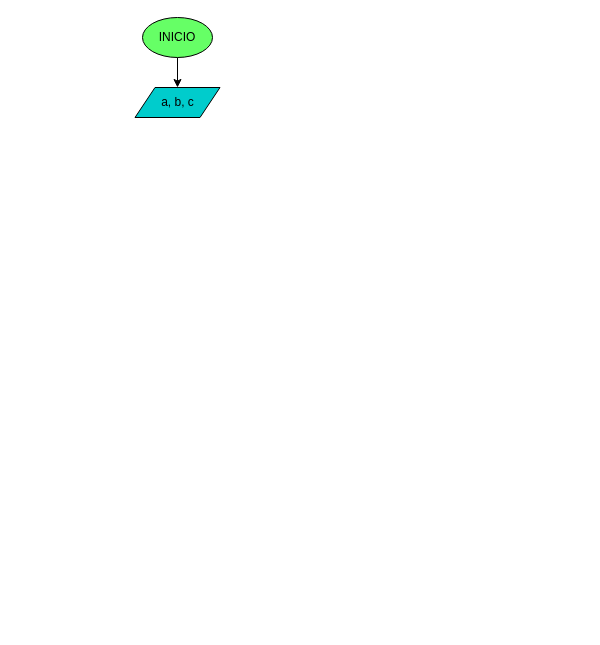
This is diagrama.drawio from sistemas-colegio-guanenta/quiz-condicionales-SebasF10, a draw.io file, before an edit. Source tidied: cells renumbered, new cells numbered last; positions are measured from the earlier drawing's top-left corner, leaving out a move shared by most shapes. Both pictures are drawn from the tidied source at 100%, with x=0, y=0 at pixel (134, 17).
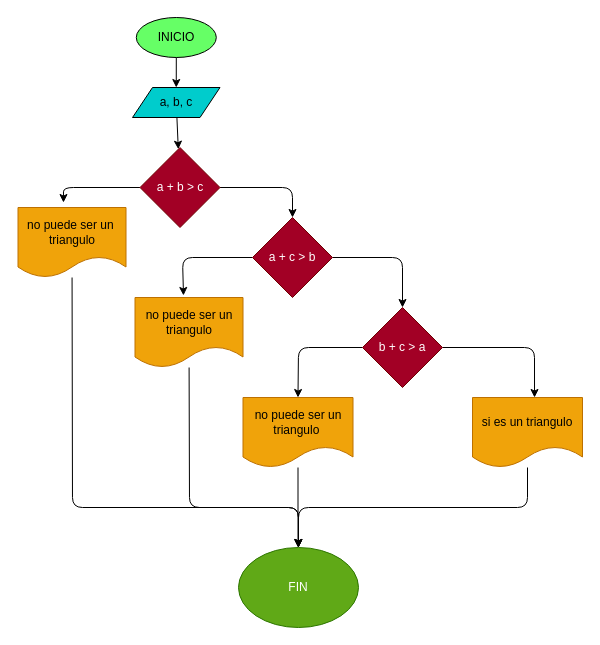
Above is the later version.

Commit message (it also covers changes not shown here):
se realizo diseño

What changed in the source:
```diff
@@
     <mxCell id="3" value="INICIO" style="ellipse;whiteSpace=wrap;html=1;fillColor=#66FF66;" parent="1" vertex="1">
-      <mxGeometry x="8" width="70" height="40" as="geometry" />
+      <mxGeometry x="1.8" width="80" height="40" as="geometry" />
     </mxCell>
+    <mxCell id="5" style="edgeStyle=none;html=1;" parent="1" edge="1" source="4" target="8">
+      <mxGeometry relative="1" as="geometry" />
+    </mxCell>
     <mxCell id="4" value="a, b, c" style="shape=parallelogram;perimeter=parallelogramPerimeter;whiteSpace=wrap;html=1;fixedSize=1;fillColor=#00CCCC;" parent="1" vertex="1">
-      <mxGeometry x="0.5" y="70" width="85" height="30" as="geometry" />
+      <mxGeometry x="-2" y="70" width="87.5" height="30" as="geometry" />
     </mxCell>
+    <mxCell id="6" style="edgeStyle=none;html=1;" parent="1" edge="1" source="8" target="11">
+      <mxGeometry relative="1" as="geometry">
+        <Array as="points">
+          <mxPoint x="158" y="170" />
+        </Array>
+      </mxGeometry>
+    </mxCell>
+    <mxCell id="7" style="edgeStyle=none;html=1;entryX=0.421;entryY=-0.071;entryDx=0;entryDy=0;entryPerimeter=0;" parent="1" edge="1" source="8" target="22">
+      <mxGeometry relative="1" as="geometry">
+        <Array as="points">
+          <mxPoint x="-71" y="170" />
+        </Array>
+      </mxGeometry>
+    </mxCell>
+    <mxCell id="8" value="a + b &amp;gt; c" style="rhombus;whiteSpace=wrap;html=1;fillColor=#a20025;fontColor=#ffffff;strokeColor=#6F0000;" parent="1" vertex="1">
+      <mxGeometry x="5.5" y="130" width="80" height="80" as="geometry" />
+    </mxCell>
+    <mxCell id="9" style="edgeStyle=none;html=1;" parent="1" edge="1" source="11" target="14">
+      <mxGeometry relative="1" as="geometry">
+        <Array as="points">
+          <mxPoint x="268" y="240" />
+        </Array>
+      </mxGeometry>
+    </mxCell>
+    <mxCell id="10" style="edgeStyle=none;html=1;entryX=0.449;entryY=-0.029;entryDx=0;entryDy=0;entryPerimeter=0;" parent="1" edge="1" source="11" target="20">
+      <mxGeometry relative="1" as="geometry">
+        <Array as="points">
+          <mxPoint x="48" y="240" />
+        </Array>
+      </mxGeometry>
+    </mxCell>
+    <mxCell id="11" value="a + c &amp;gt; b" style="rhombus;whiteSpace=wrap;html=1;fillColor=#a20025;fontColor=#ffffff;strokeColor=#6F0000;" parent="1" vertex="1">
+      <mxGeometry x="118" y="200" width="80" height="80" as="geometry" />
+    </mxCell>
+    <mxCell id="12" style="edgeStyle=none;html=1;entryX=0.5;entryY=0;entryDx=0;entryDy=0;" parent="1" edge="1" source="14" target="18">
+      <mxGeometry relative="1" as="geometry">
+        <Array as="points">
+          <mxPoint x="164" y="330" />
+        </Array>
+      </mxGeometry>
+    </mxCell>
+    <mxCell id="13" style="edgeStyle=none;html=1;entryX=0.564;entryY=0;entryDx=0;entryDy=0;entryPerimeter=0;" parent="1" edge="1" source="14" target="16">
+      <mxGeometry relative="1" as="geometry">
+        <Array as="points">
+          <mxPoint x="400" y="330" />
+        </Array>
+      </mxGeometry>
+    </mxCell>
+    <mxCell id="14" value="b + c &amp;gt; a" style="rhombus;whiteSpace=wrap;html=1;fillColor=#a20025;fontColor=#ffffff;strokeColor=#6F0000;" parent="1" vertex="1">
+      <mxGeometry x="228" y="290" width="80" height="80" as="geometry" />
+    </mxCell>
+    <mxCell id="15" style="edgeStyle=none;html=1;entryX=0.5;entryY=0;entryDx=0;entryDy=0;" parent="1" edge="1" source="16" target="23">
+      <mxGeometry relative="1" as="geometry">
+        <Array as="points">
+          <mxPoint x="393" y="490" />
+          <mxPoint x="164" y="490" />
+        </Array>
+      </mxGeometry>
+    </mxCell>
+    <mxCell id="16" value="si es un triangulo" style="shape=document;whiteSpace=wrap;html=1;boundedLbl=1;fillColor=#f0a30a;fontColor=#000000;strokeColor=#BD7000;" parent="1" vertex="1">
+      <mxGeometry x="338" y="380" width="110" height="70" as="geometry" />
+    </mxCell>
+    <mxCell id="17" style="edgeStyle=none;html=1;" parent="1" edge="1" source="18">
+      <mxGeometry relative="1" as="geometry">
+        <mxPoint x="163.5" y="530" as="targetPoint" />
+      </mxGeometry>
+    </mxCell>
+    <mxCell id="18" value="no puede ser un&lt;br&gt;triangulo&amp;nbsp;" style="shape=document;whiteSpace=wrap;html=1;boundedLbl=1;fillColor=#f0a30a;fontColor=#000000;strokeColor=#BD7000;" parent="1" vertex="1">
+      <mxGeometry x="108.5" y="380" width="110" height="70" as="geometry" />
+    </mxCell>
+    <mxCell id="19" style="edgeStyle=none;html=1;entryX=0.5;entryY=0;entryDx=0;entryDy=0;" parent="1" edge="1" source="20" target="23">
+      <mxGeometry relative="1" as="geometry">
+        <Array as="points">
+          <mxPoint x="55" y="490" />
+          <mxPoint x="164" y="490" />
+        </Array>
+      </mxGeometry>
+    </mxCell>
+    <mxCell id="20" value="no puede ser un&lt;br&gt;triangulo" style="shape=document;whiteSpace=wrap;html=1;boundedLbl=1;fillColor=#f0a30a;fontColor=#000000;strokeColor=#BD7000;" parent="1" vertex="1">
+      <mxGeometry x="0.5" y="280" width="108" height="70" as="geometry" />
+    </mxCell>
+    <mxCell id="21" style="edgeStyle=none;html=1;entryX=0.5;entryY=0;entryDx=0;entryDy=0;" parent="1" edge="1" source="22" target="23">
+      <mxGeometry relative="1" as="geometry">
+        <Array as="points">
+          <mxPoint x="-62" y="490" />
+          <mxPoint x="164" y="490" />
+        </Array>
+      </mxGeometry>
+    </mxCell>
+    <mxCell id="22" value="no puede ser un&amp;nbsp;&lt;br&gt;triangulo" style="shape=document;whiteSpace=wrap;html=1;boundedLbl=1;fillColor=#f0a30a;fontColor=#000000;strokeColor=#BD7000;" parent="1" vertex="1">
+      <mxGeometry x="-116.5" y="190" width="108" height="70" as="geometry" />
+    </mxCell>
+    <mxCell id="23" value="FIN" style="ellipse;whiteSpace=wrap;html=1;fillColor=#60a917;fontColor=#ffffff;strokeColor=#2D7600;" parent="1" vertex="1">
+      <mxGeometry x="104" y="530" width="120" height="80" as="geometry" />
+    </mxCell>
```
